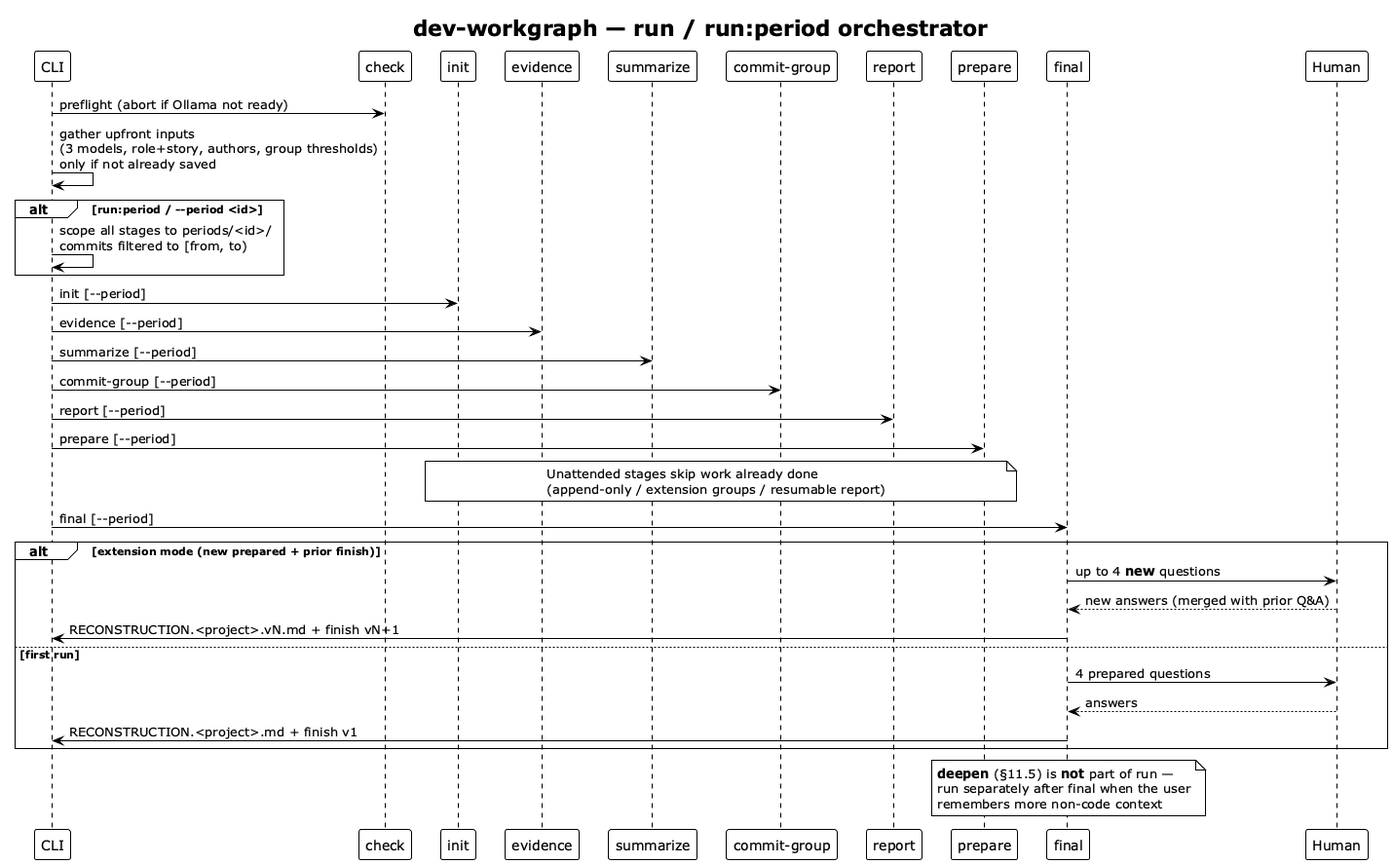
Above: img/dev-workgraph-run-orchestrator.png in vzakharchenko/dev-workgraph (PlantUML), before the change. Source of this version:
```plantuml
@startuml dev-workgraph-run-orchestrator
!theme plain
skinparam shadowing false

title dev-workgraph — **run** / **run:period** orchestrator

participant "CLI" as CLI
participant "check" as CHECK
participant "init" as INIT
participant "evidence" as EVID
participant "summarize" as SUM
participant "commit-group" as CG
participant "report" as REP
participant "prepare" as PRE
participant "final" as FIN
participant "Human" as H

CLI -> CHECK : preflight (abort if Ollama not ready)
CLI -> CLI : gather upfront inputs\n(3 models, role+story, authors, group thresholds)\nonly if not already saved

alt run:period / --period <id>
  CLI -> CLI : scope all stages to periods/<id>/\ncommits filtered to [from, to)
end

CLI -> INIT : init [--period]
CLI -> EVID : evidence [--period]
CLI -> SUM : summarize [--period]
CLI -> CG : commit-group [--period]
CLI -> REP : report [--period]
CLI -> PRE : prepare [--period]

note over INIT, PRE
  Unattended stages skip work already done
  (append-only / extension groups / resumable report)
end note

CLI -> FIN : final [--period]
alt extension mode (new prepared + prior finish)
  FIN -> H : up to 4 **new** questions
  H --> FIN : new answers (merged with prior Q&A)
  FIN -> CLI : RECONSTRUCTION.<project>.vN.md + finish vN+1
else first run
  FIN -> H : 4 prepared questions
  H --> FIN : answers
  FIN -> CLI : RECONSTRUCTION.<project>.md + finish v1
end

note over FIN
  **deepen** (§11.5) is **not** part of run —
  run separately after final when the user
  remembers more non-code context
end note

@enduml
```
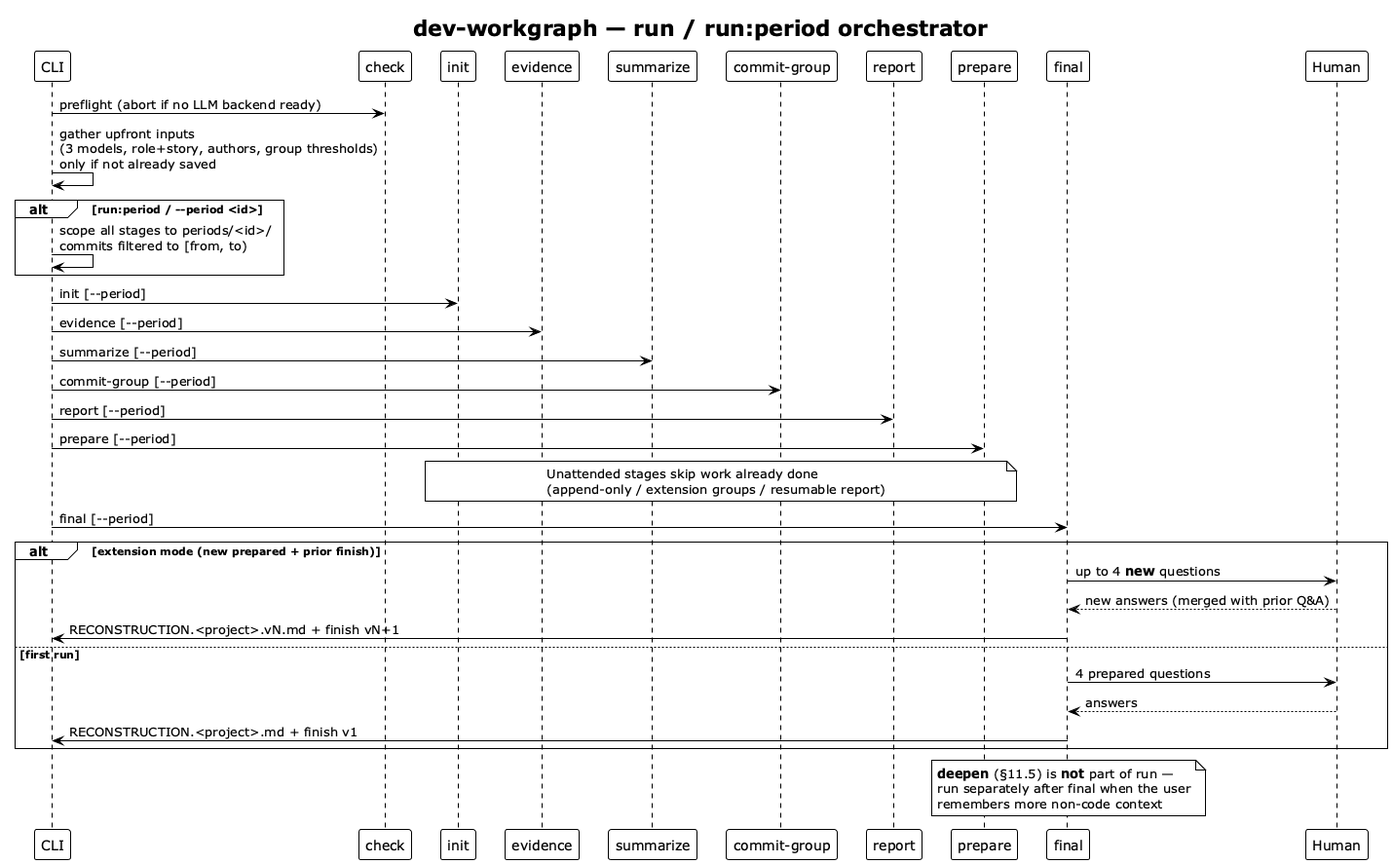
After the commit.

Change to the diagram source:
```diff
@@ -15,7 +15,7 @@
 participant "final" as FIN
 participant "Human" as H
 
-CLI -> CHECK : preflight (abort if Ollama not ready)
+CLI -> CHECK : preflight (abort if no LLM backend ready)
 CLI -> CLI : gather upfront inputs\n(3 models, role+story, authors, group thresholds)\nonly if not already saved
 
 alt run:period / --period <id>
```
